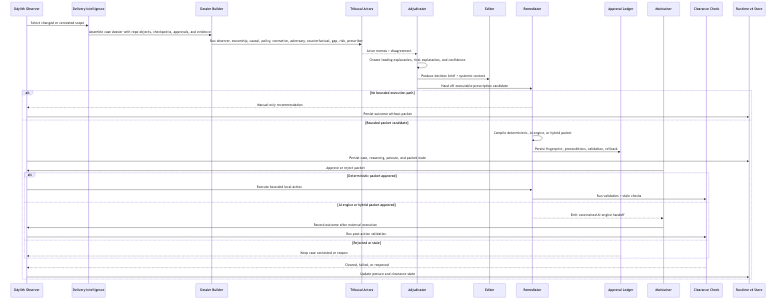
odylith/odylith keeps this Mermaid diagram as odylith/atlas/source/odylith-tribunal-dossier-and-remediation-lifecycle.png. Above is the earlier version. Its source is kept beside it as odylith/atlas/source/odylith-tribunal-dossier-and-remediation-lifecycle.mmd.
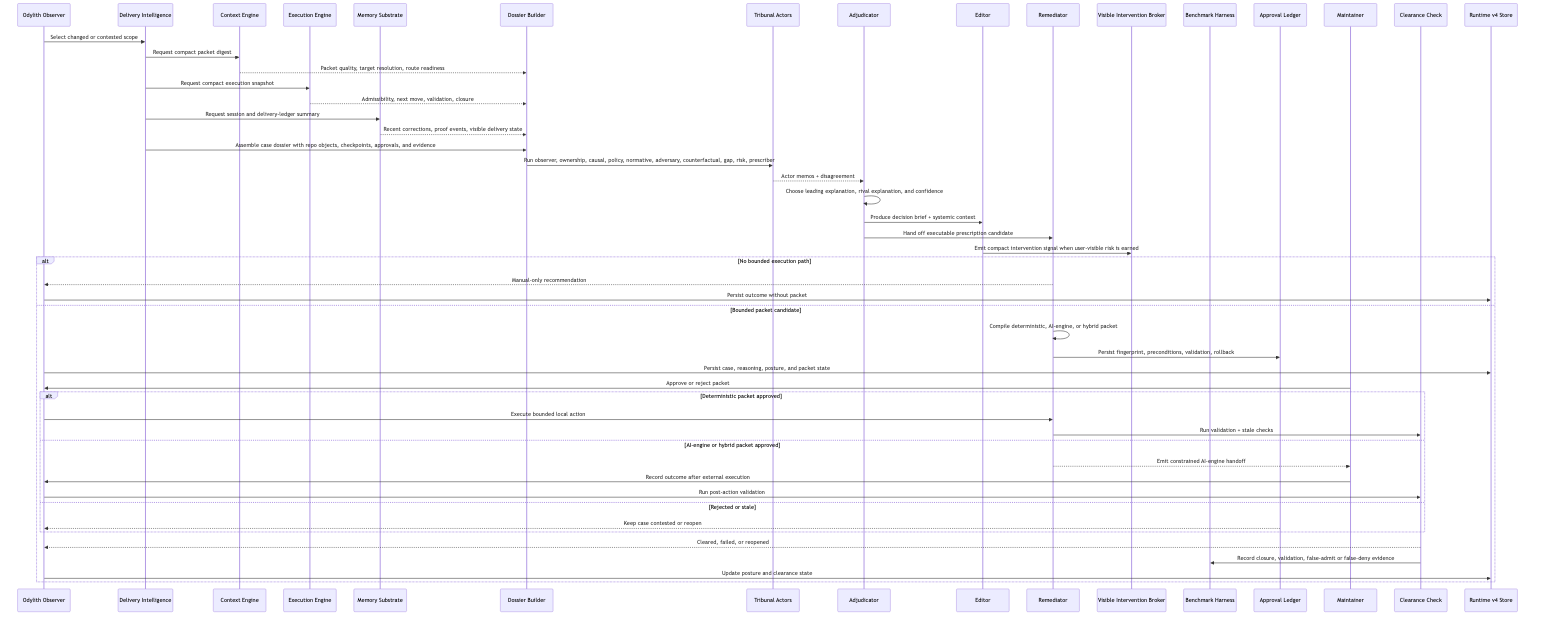
Above is the later version.

Diff of the diagram source:
```diff
@@ -1,23 +1,35 @@
 sequenceDiagram
   participant Odylith as Odylith Observer
   participant Delivery as Delivery Intelligence
+  participant Context as Context Engine
+  participant Execution as Execution Engine
+  participant Memory as Memory Substrate
   participant Dossier as Dossier Builder
   participant Actors as Tribunal Actors
   participant Judge as Adjudicator
   participant Editor as Editor
   participant Remediator as Remediator
+  participant Visibility as Visible Intervention Broker
+  participant Benchmark as Benchmark Harness
   participant Approval as Approval Ledger
   participant Operator as Maintainer
   participant Clearance as Clearance Check
   participant Runtime as Runtime v4 Store
 
   Odylith->>Delivery: Select changed or contested scope
+  Delivery->>Context: Request compact packet digest
+  Context-->>Dossier: Packet quality, target resolution, route readiness
+  Delivery->>Execution: Request compact execution snapshot
+  Execution-->>Dossier: Admissibility, next move, validation, closure
+  Delivery->>Memory: Request session and delivery-ledger summary
+  Memory-->>Dossier: Recent corrections, proof events, visible delivery state
   Delivery->>Dossier: Assemble case dossier with repo objects, checkpoints, approvals, and evidence
   Dossier->>Actors: Run observer, ownership, causal, policy, normative, adversary, counterfactual, gap, risk, prescriber
   Actors-->>Judge: Actor memos + disagreement
   Judge->>Judge: Choose leading explanation, rival explanation, and confidence
   Judge->>Editor: Produce decision brief + systemic context
   Judge->>Remediator: Hand off executable prescription candidate
+  Editor->>Visibility: Emit compact intervention signal when user-visible risk is earned
 
   alt No bounded execution path
     Remediator-->>Odylith: Manual-only recommendation
@@ -38,5 +50,6 @@
       Approval-->>Odylith: Keep case contested or reopen
     end
     Clearance-->>Odylith: Cleared, failed, or reopened
+    Clearance->>Benchmark: Record closure, validation, false-admit or false-deny evidence
     Odylith->>Runtime: Update posture and clearance state
   end
```
